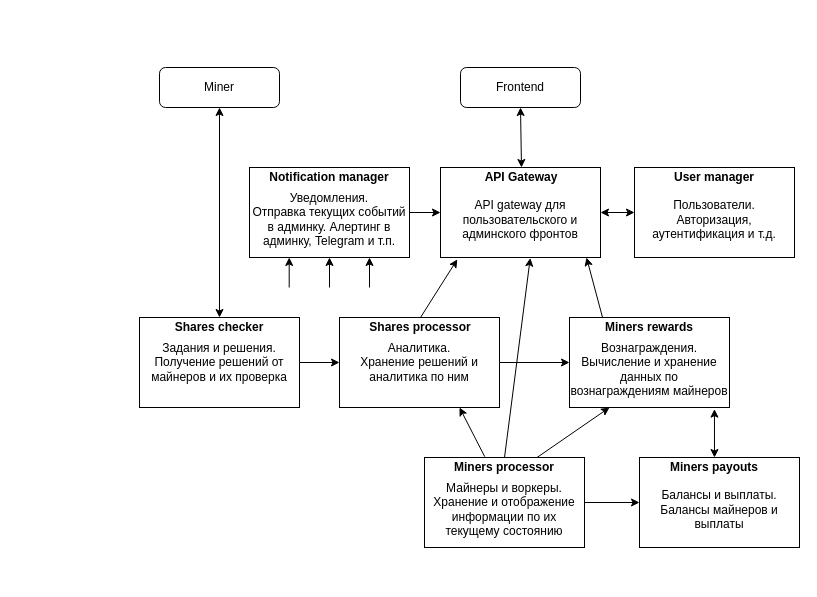
dnsoftware/mpm-structure keeps this draw.io diagram as page "General scheme" (1 of 11) of tzpool.drawio. Above is the earlier version. Source tidied: cells renumbered, new cells numbered last; positions are measured from the earlier drawing's top-left corner, leaving out a move shared by most shapes. Both pictures are drawn from the tidied source at 100%, with x=0, y=0 at pixel (139, 67).
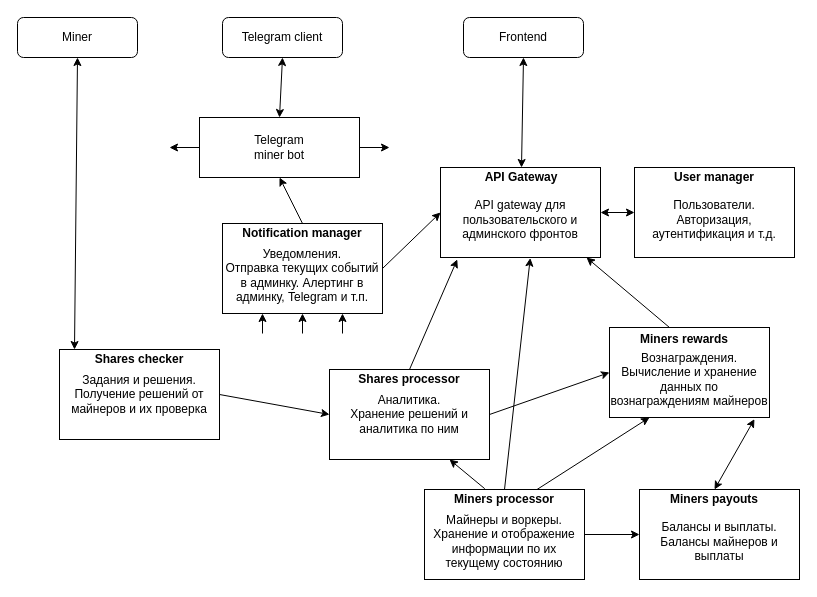
The same page after the edit.

Diff of the diagram source:
```diff
@@
     <mxCell id="2" value="&lt;div&gt;Задания и решения.&lt;br&gt;&lt;/div&gt;&lt;div&gt;Получение решений от майнеров и их проверка &lt;/div&gt;" style="rounded=0;whiteSpace=wrap;html=1;" parent="1" vertex="1">
-      <mxGeometry y="250" width="160" height="90" as="geometry" />
+      <mxGeometry x="-80" y="282" width="160" height="90" as="geometry" />
     </mxCell>
     <mxCell id="3" value="&lt;div&gt;Аналитика.&lt;br&gt;&lt;/div&gt;&lt;div&gt;Хранение решений и аналитика по ним&lt;/div&gt;" style="rounded=0;whiteSpace=wrap;html=1;" parent="1" vertex="1">
-      <mxGeometry x="200" y="250" width="160" height="90" as="geometry" />
+      <mxGeometry x="190" y="302" width="160" height="90" as="geometry" />
     </mxCell>
     <mxCell id="4" value="&lt;div&gt;&lt;br&gt;&lt;/div&gt;&lt;div&gt;Майнеры и воркеры.&lt;br&gt;&lt;/div&gt;&lt;div&gt;Хранение и отображение информации по их текущему состоянию&lt;/div&gt;" style="rounded=0;whiteSpace=wrap;html=1;" parent="1" vertex="1">
-      <mxGeometry x="285" y="390" width="160" height="90" as="geometry" />
+      <mxGeometry x="285" y="422" width="160" height="90" as="geometry" />
     </mxCell>
     <mxCell id="5" value="&lt;div&gt;&lt;br&gt;&lt;/div&gt;&lt;div&gt;Вознаграждения.&lt;br&gt;&lt;/div&gt;&lt;div&gt;Вычисление и хранение данных по вознаграждениям майнеров&lt;/div&gt;" style="rounded=0;whiteSpace=wrap;html=1;" parent="1" vertex="1">
-      <mxGeometry x="430" y="250" width="160" height="90" as="geometry" />
+      <mxGeometry x="470" y="260" width="160" height="90" as="geometry" />
     </mxCell>
     <mxCell id="6" value="&lt;div&gt;&lt;br&gt;&lt;/div&gt;&lt;div&gt;Балансы и выплаты.&lt;br&gt;&lt;/div&gt;&lt;div&gt;Балансы майнеров и выплаты&lt;/div&gt;" style="rounded=0;whiteSpace=wrap;html=1;" parent="1" vertex="1">
-      <mxGeometry x="500" y="390" width="160" height="90" as="geometry" />
+      <mxGeometry x="500" y="422" width="160" height="90" as="geometry" />
     </mxCell>
     <mxCell id="7" value="&lt;div&gt;&lt;br&gt;&lt;/div&gt;&lt;div&gt;Уведомления.&lt;/div&gt;&lt;div&gt;Отправка текущих событий в админку. Алертинг в админку, Telegram и т.п.&lt;br&gt;&lt;/div&gt;" style="rounded=0;whiteSpace=wrap;html=1;" parent="1" vertex="1">
-      <mxGeometry x="110" y="100" width="160" height="90" as="geometry" />
+      <mxGeometry x="83" y="156" width="160" height="90" as="geometry" />
     </mxCell>
@@
     <mxCell id="10" value="&lt;b&gt;Shares checker&lt;/b&gt;" style="text;html=1;align=center;verticalAlign=middle;whiteSpace=wrap;rounded=0;text-color:#f00;" parent="1" vertex="1">
-      <mxGeometry x="15" y="250" width="130" height="20" as="geometry" />
+      <mxGeometry x="-65" y="282" width="130" height="20" as="geometry" />
     </mxCell>
     <mxCell id="11" value="&lt;b&gt;Shares processor&lt;/b&gt;" style="text;html=1;align=center;verticalAlign=middle;whiteSpace=wrap;rounded=0;text-color:#f00;" parent="1" vertex="1">
-      <mxGeometry x="216" y="250" width="130" height="20" as="geometry" />
+      <mxGeometry x="205" y="302" width="130" height="20" as="geometry" />
     </mxCell>
     <mxCell id="12" value="&lt;b&gt;Miners processor&lt;/b&gt;" style="text;html=1;align=center;verticalAlign=middle;whiteSpace=wrap;rounded=0;text-color:#f00;" parent="1" vertex="1">
-      <mxGeometry x="300" y="390" width="130" height="20" as="geometry" />
+      <mxGeometry x="300" y="422" width="130" height="20" as="geometry" />
     </mxCell>
     <mxCell id="13" value="&lt;b&gt;Miners rewards&lt;/b&gt;" style="text;html=1;align=center;verticalAlign=middle;whiteSpace=wrap;rounded=0;text-color:#f00;" parent="1" vertex="1">
-      <mxGeometry x="445" y="250" width="130" height="20" as="geometry" />
+      <mxGeometry x="480" y="262" width="130" height="20" as="geometry" />
     </mxCell>
     <mxCell id="14" value="&lt;b&gt;Miners payouts&lt;/b&gt;" style="text;html=1;align=center;verticalAlign=middle;whiteSpace=wrap;rounded=0;text-color:#f00;" parent="1" vertex="1">
-      <mxGeometry x="510" y="390" width="130" height="20" as="geometry" />
+      <mxGeometry x="510" y="422" width="130" height="20" as="geometry" />
     </mxCell>
     <mxCell id="15" value="&lt;b&gt;Notification manager&lt;/b&gt;" style="text;html=1;align=center;verticalAlign=middle;whiteSpace=wrap;rounded=0;text-color:#f00;" parent="1" vertex="1">
-      <mxGeometry x="125" y="100" width="130" height="20" as="geometry" />
+      <mxGeometry x="98" y="156" width="130" height="20" as="geometry" />
     </mxCell>
@@
     <mxCell id="18" value="Frontend" style="rounded=1;whiteSpace=wrap;html=1;" parent="1" vertex="1">
-      <mxGeometry x="321" width="120" height="40" as="geometry" />
+      <mxGeometry x="324" y="-50" width="120" height="40" as="geometry" />
     </mxCell>
     <mxCell id="19" value="Miner" style="rounded=1;whiteSpace=wrap;html=1;" parent="1" vertex="1">
-      <mxGeometry x="20" width="120" height="40" as="geometry" />
+      <mxGeometry x="-122" y="-50" width="120" height="40" as="geometry" />
     </mxCell>
@@
-    <mxCell id="21" style="endArrow=classic;startArrow=classic;html=1;rounded=0;exitX=0.5;exitY=0;exitDx=0;exitDy=0;entryX=0.5;entryY=1;entryDx=0;entryDy=0;" parent="1" edge="1" source="10" target="19">
+    <mxCell id="21" style="endArrow=classic;startArrow=classic;html=1;rounded=0;exitX=0;exitY=0;exitDx=0;exitDy=0;entryX=0.5;entryY=1;entryDx=0;entryDy=0;" parent="1" edge="1" source="10" target="19">
       <mxGeometry relative="1" as="geometry" />
     </mxCell>
@@
-    <mxCell id="29" style="endArrow=classic;html=1;rounded=0;exitX=0.14;exitY=0.028;exitDx=0;exitDy=0;exitPerimeter=0;" parent="1" edge="1" source="13">
+    <mxCell id="29" style="endArrow=classic;html=1;rounded=0;exitX=0.375;exitY=0;exitDx=0;exitDy=0;exitPerimeter=0;" parent="1" edge="1" source="5">
       <mxGeometry relative="1" as="geometry">
         <mxPoint x="447" y="190" as="targetPoint" />
       </mxGeometry>
     </mxCell>
@@
     <mxCell id="32" style="endArrow=classic;html=1;rounded=0;entryX=0.5;entryY=1;entryDx=0;entryDy=0;" parent="1" edge="1" target="7">
       <mxGeometry relative="1" as="geometry">
-        <mxPoint x="190" y="220" as="sourcePoint" />
+        <mxPoint x="163" y="266" as="sourcePoint" />
       </mxGeometry>
     </mxCell>
-    <mxCell id="33" style="endArrow=classic;html=1;rounded=0;entryX=0.5;entryY=1;entryDx=0;entryDy=0;" parent="1" edge="1">
+    <mxCell id="33" style="endArrow=classic;html=1;rounded=0;entryX=0.25;entryY=1;entryDx=0;entryDy=0;" parent="1" edge="1" target="7">
       <mxGeometry relative="1" as="geometry">
-        <mxPoint x="149.7" y="220" as="sourcePoint" />
-        <mxPoint x="149.7" y="190" as="targetPoint" />
+        <mxPoint x="123" y="266" as="sourcePoint" />
       </mxGeometry>
     </mxCell>
-    <mxCell id="34" style="endArrow=classic;html=1;rounded=0;entryX=0.5;entryY=1;entryDx=0;entryDy=0;" parent="1" edge="1">
+    <mxCell id="34" style="endArrow=classic;html=1;rounded=0;entryX=0.75;entryY=1;entryDx=0;entryDy=0;" parent="1" edge="1" target="7">
       <mxGeometry relative="1" as="geometry">
-        <mxPoint x="230" y="220" as="sourcePoint" />
-        <mxPoint x="230" y="190" as="targetPoint" />
+        <mxPoint x="203" y="266" as="sourcePoint" />
       </mxGeometry>
     </mxCell>
@@
+    <mxCell id="36" value="&lt;div&gt;Telegram &lt;br&gt;&lt;/div&gt;&lt;div&gt;miner bot&lt;/div&gt;" style="rounded=0;whiteSpace=wrap;html=1;" parent="1" vertex="1">
+      <mxGeometry x="60" y="50" width="160" height="60" as="geometry" />
+    </mxCell>
+    <mxCell id="37" style="endArrow=classic;html=1;rounded=0;exitX=0.5;exitY=0;exitDx=0;exitDy=0;entryX=0.5;entryY=1;entryDx=0;entryDy=0;" parent="1" edge="1" source="15" target="36">
+      <mxGeometry relative="1" as="geometry" />
+    </mxCell>
+    <mxCell id="38" value="Telegram client" style="rounded=1;whiteSpace=wrap;html=1;" parent="1" vertex="1">
+      <mxGeometry x="83" y="-50" width="120" height="40" as="geometry" />
+    </mxCell>
+    <mxCell id="39" style="endArrow=classic;startArrow=classic;html=1;rounded=0;exitX=0.5;exitY=0;exitDx=0;exitDy=0;entryX=0.5;entryY=1;entryDx=0;entryDy=0;" parent="1" edge="1" source="36" target="38">
+      <mxGeometry relative="1" as="geometry" />
+    </mxCell>
+    <mxCell id="40" style="endArrow=classic;html=1;rounded=0;exitX=0;exitY=0.5;exitDx=0;exitDy=0;" parent="1" edge="1" source="36">
+      <mxGeometry relative="1" as="geometry">
+        <mxPoint x="30" y="80" as="targetPoint" />
+      </mxGeometry>
+    </mxCell>
+    <mxCell id="41" style="endArrow=classic;html=1;rounded=0;exitX=1;exitY=0.5;exitDx=0;exitDy=0;" parent="1" edge="1" source="36">
+      <mxGeometry relative="1" as="geometry">
+        <mxPoint x="250" y="80" as="targetPoint" />
+      </mxGeometry>
+    </mxCell>
```
